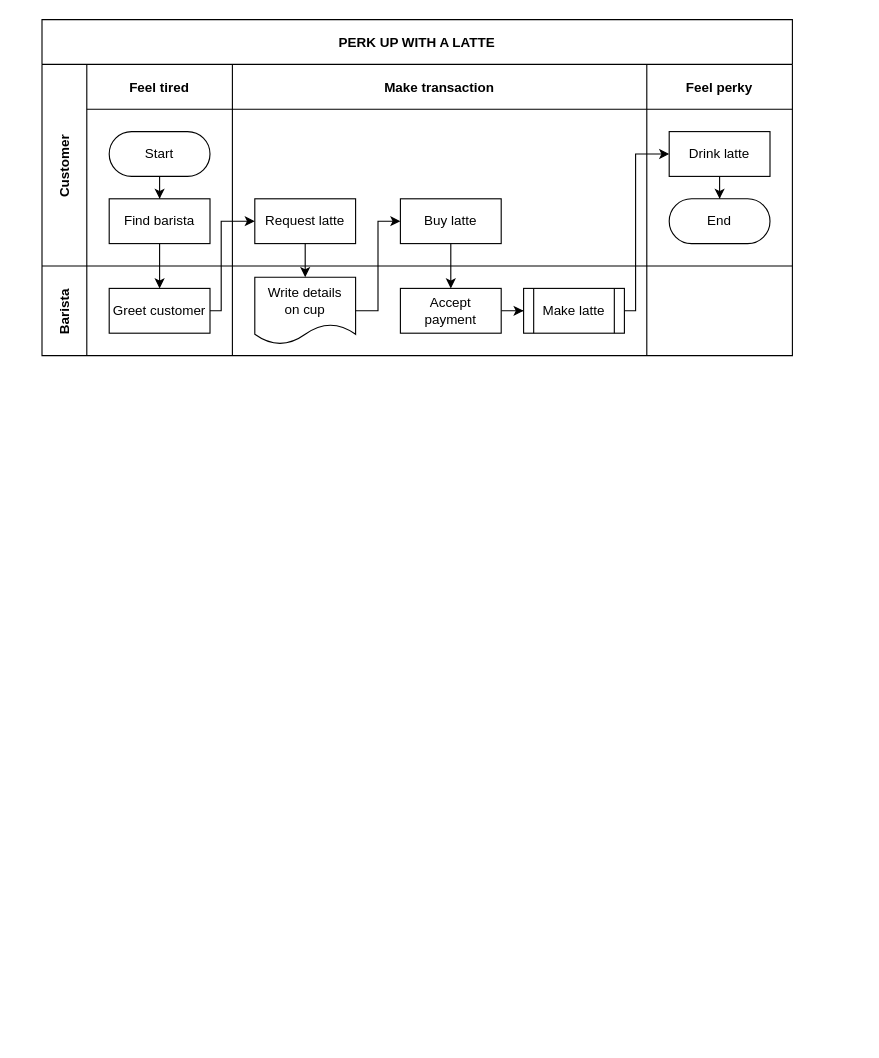
ignaciogiusti/diagramedin keeps this draw.io diagram as DiagramEDIN.drawio. Above is the earlier version. Source tidied: cells renumbered, new cells numbered last; positions are measured from the earlier drawing's top-left corner, leaving out a move shared by most shapes. Both pictures are drawn from the tidied source at 112%, with x=0, y=0 at pixel (41, 19).
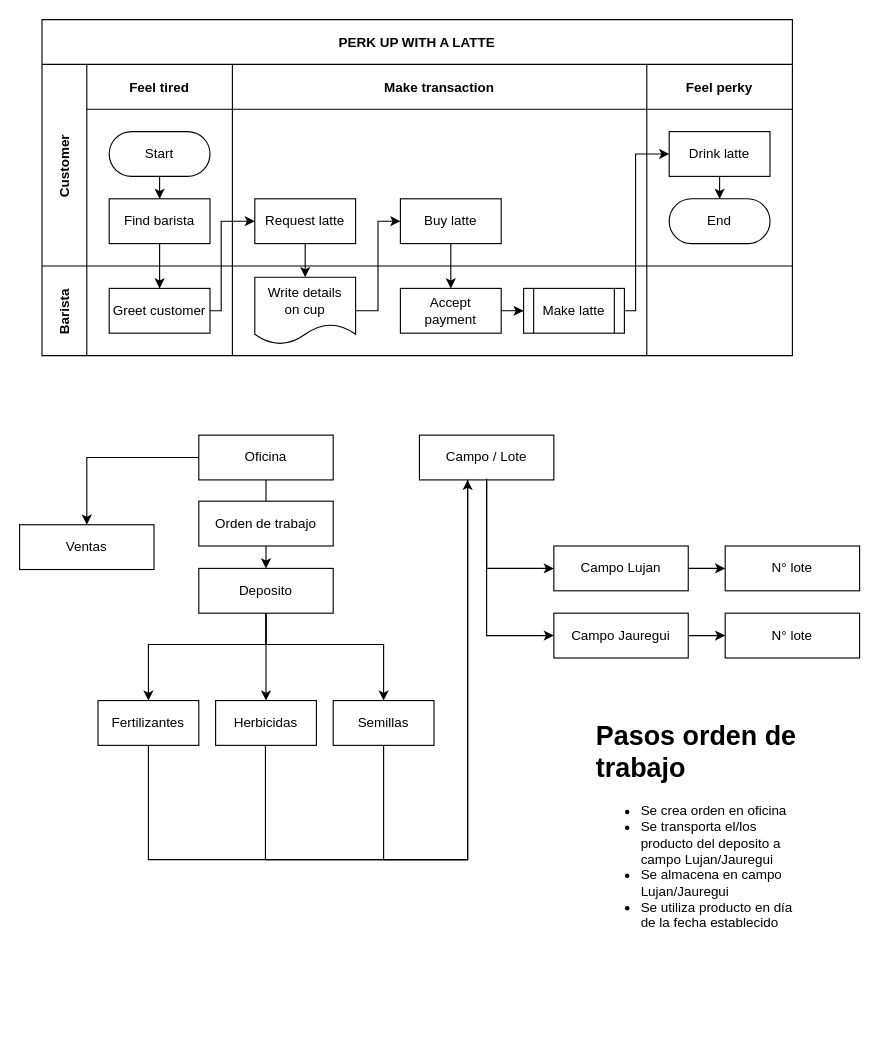
After the change.

What changed in the source:
```diff
@@
+    <mxCell id="30" style="edgeStyle=orthogonalEdgeStyle;rounded=0;jettySize=auto;html=1;" parent="1" edge="1" source="33" target="40">
+      <mxGeometry relative="1" as="geometry">
+        <Array as="points">
+          <mxPoint x="200" y="558" />
+          <mxPoint x="305" y="558" />
+        </Array>
+      </mxGeometry>
+    </mxCell>
+    <mxCell id="31" style="edgeStyle=orthogonalEdgeStyle;rounded=0;jettySize=auto;html=1;" parent="1" edge="1" source="33" target="37">
+      <mxGeometry relative="1" as="geometry">
+        <Array as="points">
+          <mxPoint x="200" y="558" />
+          <mxPoint x="95" y="558" />
+        </Array>
+      </mxGeometry>
+    </mxCell>
+    <mxCell id="32" style="edgeStyle=orthogonalEdgeStyle;rounded=0;jettySize=auto;html=1;" parent="1" edge="1" source="33" target="38">
+      <mxGeometry relative="1" as="geometry" />
+    </mxCell>
+    <mxCell id="33" value="Deposito" style="rounded=0;whiteSpace=wrap;html=1;" parent="1" vertex="1">
+      <mxGeometry x="140" y="490" width="120" height="40" as="geometry" />
+    </mxCell>
+    <mxCell id="34" style="edgeStyle=orthogonalEdgeStyle;rounded=0;jettySize=auto;html=1;" parent="1" edge="1" source="35" target="41">
+      <mxGeometry relative="1" as="geometry" />
+    </mxCell>
+    <mxCell id="35" value="Campo Jauregui" style="rounded=0;whiteSpace=wrap;html=1;" parent="1" vertex="1">
+      <mxGeometry x="457" y="530" width="120" height="40" as="geometry" />
+    </mxCell>
+    <mxCell id="36" style="edgeStyle=orthogonalEdgeStyle;rounded=0;jettySize=auto;html=1;entryX=0;entryY=0.5;entryDx=0;entryDy=0;" parent="1" edge="1" source="37" target="47">
+      <mxGeometry relative="1" as="geometry">
+        <Array as="points">
+          <mxPoint x="95" y="750" />
+          <mxPoint x="380" y="750" />
+          <mxPoint x="380" y="391" />
+        </Array>
+      </mxGeometry>
+    </mxCell>
+    <mxCell id="37" value="Fertilizantes" style="rounded=0;whiteSpace=wrap;html=1;" parent="1" vertex="1">
+      <mxGeometry x="50" y="608" width="90" height="40" as="geometry" />
+    </mxCell>
+    <mxCell id="38" value="Herbicidas" style="rounded=0;whiteSpace=wrap;html=1;" parent="1" vertex="1">
+      <mxGeometry x="155" y="608" width="90" height="40" as="geometry" />
+    </mxCell>
+    <mxCell id="39" style="edgeStyle=orthogonalEdgeStyle;rounded=0;jettySize=auto;html=1;entryX=0;entryY=0.5;entryDx=0;entryDy=0;" parent="1" edge="1" source="40" target="47">
+      <mxGeometry relative="1" as="geometry">
+        <Array as="points">
+          <mxPoint x="305" y="750" />
+          <mxPoint x="380" y="750" />
+          <mxPoint x="380" y="391" />
+        </Array>
+      </mxGeometry>
+    </mxCell>
+    <mxCell id="40" value="Semillas" style="rounded=0;whiteSpace=wrap;html=1;" parent="1" vertex="1">
+      <mxGeometry x="260" y="608" width="90" height="40" as="geometry" />
+    </mxCell>
+    <mxCell id="41" value="N° lote" style="rounded=0;whiteSpace=wrap;html=1;" parent="1" vertex="1">
+      <mxGeometry x="610" y="530" width="120" height="40" as="geometry" />
+    </mxCell>
+    <mxCell id="42" style="edgeStyle=orthogonalEdgeStyle;rounded=0;jettySize=auto;html=1;" parent="1" edge="1" source="44" target="33">
+      <mxGeometry relative="1" as="geometry" />
+    </mxCell>
+    <mxCell id="43" style="edgeStyle=orthogonalEdgeStyle;rounded=0;jettySize=auto;html=1;" parent="1" edge="1" source="44" target="45">
+      <mxGeometry relative="1" as="geometry" />
+    </mxCell>
+    <mxCell id="44" value="Oficina" style="rounded=0;whiteSpace=wrap;html=1;" parent="1" vertex="1">
+      <mxGeometry x="140" y="371" width="120" height="40" as="geometry" />
+    </mxCell>
+    <mxCell id="45" value="Ventas" style="rounded=0;whiteSpace=wrap;html=1;" parent="1" vertex="1">
+      <mxGeometry x="-20" y="451" width="120" height="40" as="geometry" />
+    </mxCell>
+    <mxCell id="46" style="edgeStyle=orthogonalEdgeStyle;rounded=0;jettySize=auto;html=1;" parent="1" edge="1" source="47" target="50">
+      <mxGeometry relative="1" as="geometry">
+        <Array as="points">
+          <mxPoint x="397" y="490" />
+        </Array>
+      </mxGeometry>
+    </mxCell>
+    <mxCell id="47" value="Campo / Lote" style="rounded=0;whiteSpace=wrap;html=1;" parent="1" vertex="1">
+      <mxGeometry x="337" y="371" width="120" height="40" as="geometry" />
+    </mxCell>
+    <mxCell id="48" style="edgeStyle=orthogonalEdgeStyle;rounded=0;jettySize=auto;html=1;" parent="1" edge="1" target="47">
+      <mxGeometry relative="1" as="geometry">
+        <mxPoint x="199.5" y="648" as="sourcePoint" />
+        <Array as="points">
+          <mxPoint x="200" y="750" />
+          <mxPoint x="380" y="750" />
+        </Array>
+      </mxGeometry>
+    </mxCell>
+    <mxCell id="49" style="edgeStyle=orthogonalEdgeStyle;rounded=0;jettySize=auto;html=1;" parent="1" edge="1" source="50" target="51">
+      <mxGeometry relative="1" as="geometry" />
+    </mxCell>
+    <mxCell id="50" value="Campo Lujan" style="rounded=0;whiteSpace=wrap;html=1;" parent="1" vertex="1">
+      <mxGeometry x="457" y="470" width="120" height="40" as="geometry" />
+    </mxCell>
+    <mxCell id="51" value="N°&amp;nbsp;lote" style="rounded=0;whiteSpace=wrap;html=1;" parent="1" vertex="1">
+      <mxGeometry x="610" y="470" width="120" height="40" as="geometry" />
+    </mxCell>
+    <mxCell id="52" value="&lt;h1&gt;Pasos orden de trabajo&lt;/h1&gt;&lt;p&gt;&lt;/p&gt;&lt;ul&gt;&lt;li&gt;Se crea orden en oficina&lt;/li&gt;&lt;li&gt;Se transporta el/los producto del deposito a campo Lujan/Jauregui&lt;/li&gt;&lt;li&gt;Se almacena en campo Lujan/Jauregui&lt;/li&gt;&lt;li&gt;Se utiliza producto en día de la fecha establecido&lt;/li&gt;&lt;/ul&gt;&lt;p&gt;&lt;/p&gt;" style="text;html=1;strokeColor=none;fillColor=none;spacing=5;spacingTop=-20;whiteSpace=wrap;overflow=hidden;rounded=0;" parent="1" vertex="1">
+      <mxGeometry x="490" y="620" width="200" height="290" as="geometry" />
+    </mxCell>
+    <mxCell id="53" value="Orden de trabajo" style="rounded=0;whiteSpace=wrap;html=1;" parent="1" vertex="1">
+      <mxGeometry x="140" y="430" width="120" height="40" as="geometry" />
+    </mxCell>
+    <mxCell id="54" style="edgeStyle=orthogonalEdgeStyle;rounded=0;jettySize=auto;html=1;" parent="1" edge="1" target="35">
+      <mxGeometry relative="1" as="geometry">
+        <mxPoint x="397" y="410" as="sourcePoint" />
+        <Array as="points">
+          <mxPoint x="397" y="550" />
+        </Array>
+      </mxGeometry>
+    </mxCell>
```
